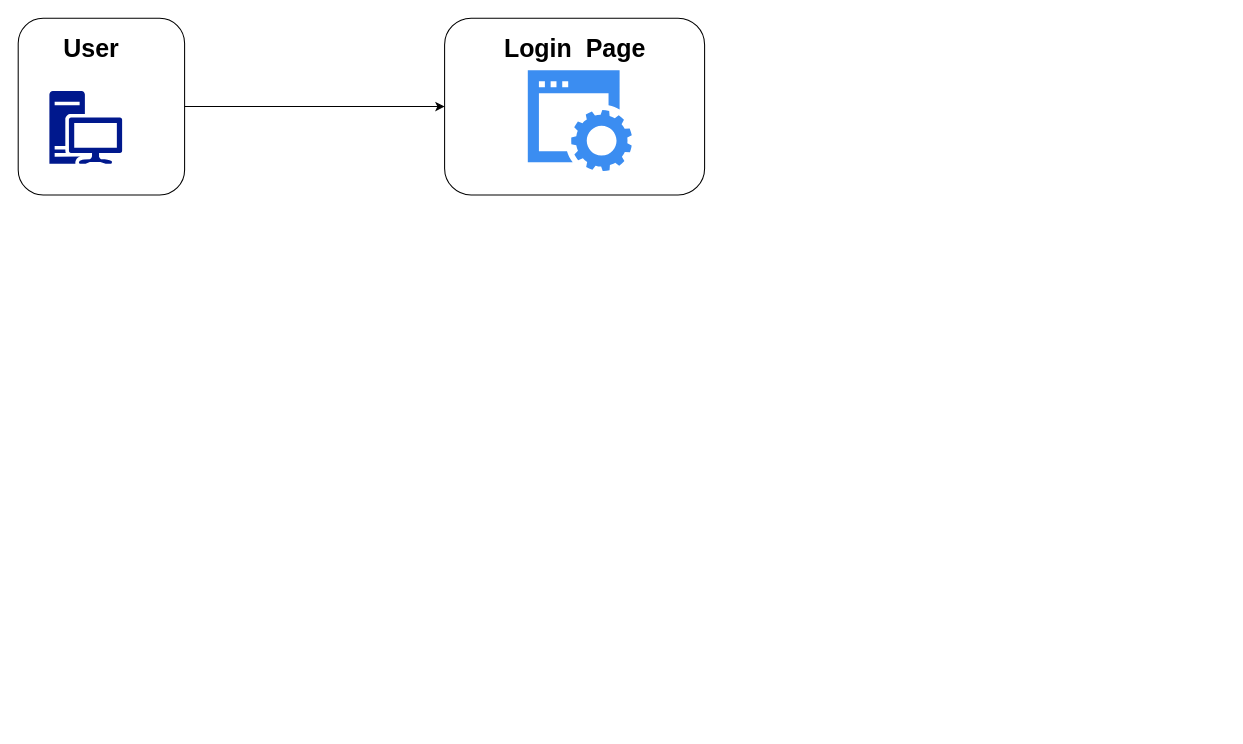
This is eatofy.drawio from appnichetechnologies/Eatofy-System-Design, a draw.io file, before an edit. Source tidied: cells renumbered, new cells numbered last; positions are measured from the earlier drawing's top-left corner, leaving out a move shared by most shapes. Both pictures are drawn from the tidied source at 104%, with x=0, y=0 at pixel (18, 18).
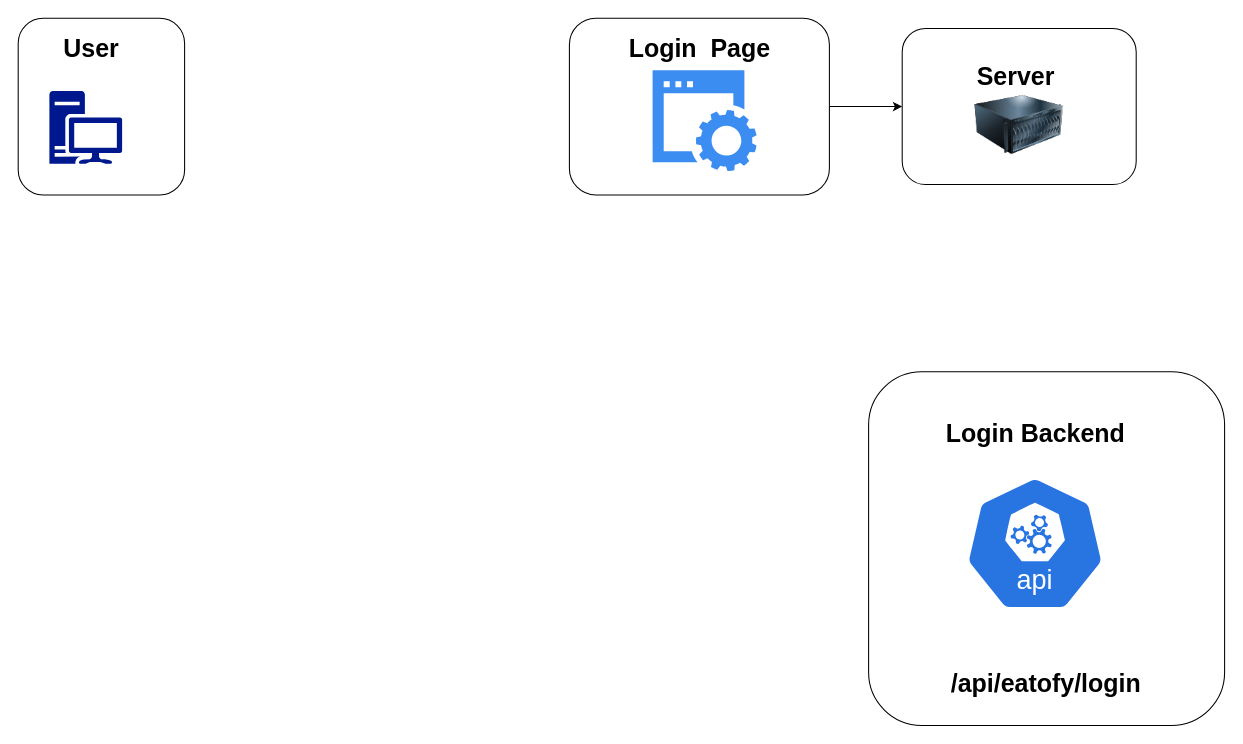
The same diagram, later.

Change to the diagram source:
```diff
@@
 <mxGraphModel>
   <root>
     <mxCell id="0" />
     <mxCell id="1" parent="0" />
     <mxCell id="2" style="group;" parent="1" vertex="1">
       <mxGeometry width="160" height="170" as="geometry" />
     </mxCell>
     <mxCell id="3" style="rounded=1;whiteSpace=wrap;html=1;fillColor=none;" parent="2" vertex="1">
       <mxGeometry width="160" height="170" as="geometry" />
     </mxCell>
     <mxCell id="4" style="sketch=0;shadow=0;dashed=0;html=1;strokeColor=none;labelPosition=center;verticalLabelPosition=bottom;verticalAlign=top;align=center;fillColor=#00188D;shape=mxgraph.mscae.enterprise.workstation_client;" parent="2" vertex="1">
       <mxGeometry x="30" y="70" width="70" height="70" as="geometry" />
     </mxCell>
     <mxCell id="5" value="&lt;b&gt;&lt;font style=&quot;font-size: 24px;&quot;&gt;User&lt;/font&gt;&lt;/b&gt;" style="text;html=1;align=center;verticalAlign=middle;strokeColor=none;fillColor=none;" parent="2" vertex="1">
       <mxGeometry x="30" y="10" width="80" height="40" as="geometry" />
     </mxCell>
+    <mxCell id="10" style="group;" parent="1" vertex="1">
+      <mxGeometry x="530" width="250" height="170" as="geometry" />
+    </mxCell>
-    <mxCell id="6" style="rounded=1;whiteSpace=wrap;html=1;fillColor=none;" parent="1" vertex="1">
-      <mxGeometry x="410" width="250" height="170" as="geometry" />
+    <mxCell id="6" style="rounded=1;whiteSpace=wrap;html=1;fillColor=none;" parent="10" vertex="1">
+      <mxGeometry width="250" height="170" as="geometry" />
     </mxCell>
-    <mxCell id="7" style="sketch=0;html=1;strokeColor=none;shadow=0;fillColor=#3B8DF1;verticalAlign=top;labelPosition=center;verticalLabelPosition=bottom;shape=mxgraph.gcp2.website;" parent="1" vertex="1">
-      <mxGeometry x="490" y="50" width="100" height="97" as="geometry" />
+    <mxCell id="7" style="sketch=0;html=1;strokeColor=none;shadow=0;fillColor=#3B8DF1;verticalAlign=top;labelPosition=center;verticalLabelPosition=bottom;shape=mxgraph.gcp2.website;" parent="10" vertex="1">
+      <mxGeometry x="80" y="50" width="100" height="97" as="geometry" />
     </mxCell>
-    <mxCell id="8" value="&lt;font style=&quot;font-size: 24px;&quot;&gt;&lt;b&gt;Login&amp;nbsp; Page&lt;/b&gt;&lt;br&gt;&lt;/font&gt;" style="text;html=1;align=center;verticalAlign=middle;strokeColor=none;fillColor=none;" parent="1" vertex="1">
-      <mxGeometry x="455" y="10" width="160" height="40" as="geometry" />
+    <mxCell id="8" value="&lt;font style=&quot;font-size: 24px;&quot;&gt;&lt;b&gt;Login&amp;nbsp; Page&lt;/b&gt;&lt;br&gt;&lt;/font&gt;" style="text;html=1;align=center;verticalAlign=middle;strokeColor=none;fillColor=none;" parent="10" vertex="1">
+      <mxGeometry x="45" y="10" width="160" height="40" as="geometry" />
     </mxCell>
-    <mxCell id="9" style="edgeStyle=orthogonalEdgeStyle;rounded=0;jettySize=auto;html=1;exitX=1;exitY=0.5;exitDx=0;exitDy=0;" parent="1" edge="1" source="3" target="6">
-      <mxGeometry relative="1" as="geometry" />
-    </mxCell>
+    <mxCell id="11" style="group;" parent="1" vertex="1">
+      <mxGeometry x="850" y="10" width="225" height="150" as="geometry" />
+    </mxCell>
+    <mxCell id="12" style="image;html=1;image=img/lib/clip_art/computers/Server_128x128.png;" parent="11" vertex="1">
+      <mxGeometry x="69.8" y="52.9" width="85.5" height="79.4" as="geometry" />
+    </mxCell>
+    <mxCell id="13" style="rounded=1;whiteSpace=wrap;html=1;fillColor=none;" parent="11" vertex="1">
+      <mxGeometry width="225" height="150" as="geometry" />
+    </mxCell>
+    <mxCell id="14" value="&lt;font style=&quot;font-size: 24px;&quot;&gt;&lt;b&gt;Server&lt;/b&gt;&lt;br&gt;&lt;/font&gt;" style="text;html=1;align=center;verticalAlign=middle;strokeColor=none;fillColor=none;" parent="11" vertex="1">
+      <mxGeometry x="58.5" y="26.5" width="100" height="40" as="geometry" />
+    </mxCell>
+    <mxCell id="15" style="edgeStyle=orthogonalEdgeStyle;rounded=0;jettySize=auto;html=1;exitX=1;exitY=0.5;exitDx=0;exitDy=0;entryX=0;entryY=0.5;entryDx=0;entryDy=0;" parent="1" edge="1" source="6" target="13">
+      <mxGeometry relative="1" as="geometry" />
+    </mxCell>
+    <mxCell id="16" style="sketch=0;html=1;dashed=0;whitespace=wrap;verticalLabelPosition=bottom;verticalAlign=top;fillColor=#2875E2;strokeColor=#ffffff;shape=mxgraph.kubernetes.icon2;kubernetesLabel=1;prIcon=api;" parent="1" vertex="1">
+      <mxGeometry x="910" y="440" width="135.4" height="130" as="geometry" />
+    </mxCell>
+    <mxCell id="17" value="&lt;b&gt;&lt;font style=&quot;font-size: 24px;&quot;&gt;Login Backend&lt;/font&gt;&lt;br&gt;&lt;/b&gt;" style="text;html=1;align=center;verticalAlign=middle;strokeColor=none;fillColor=none;" parent="1" vertex="1">
+      <mxGeometry x="877.7" y="380" width="200" height="40" as="geometry" />
+    </mxCell>
+    <mxCell id="18" style="rounded=1;whiteSpace=wrap;html=1;fillColor=none;" parent="1" vertex="1">
+      <mxGeometry x="817.7" y="340" width="342.3" height="340" as="geometry" />
+    </mxCell>
+    <mxCell id="19" value="&lt;font style=&quot;font-size: 24px;&quot;&gt;&lt;b&gt;&lt;font&gt;/api/eatofy/login&lt;br&gt;&lt;/font&gt;&lt;/b&gt;&lt;/font&gt;" style="text;html=1;align=center;verticalAlign=middle;strokeColor=none;fillColor=none;" parent="1" vertex="1">
+      <mxGeometry x="877.7" y="620" width="220" height="40" as="geometry" />
+    </mxCell>
   </root>
 </mxGraphModel>
```
